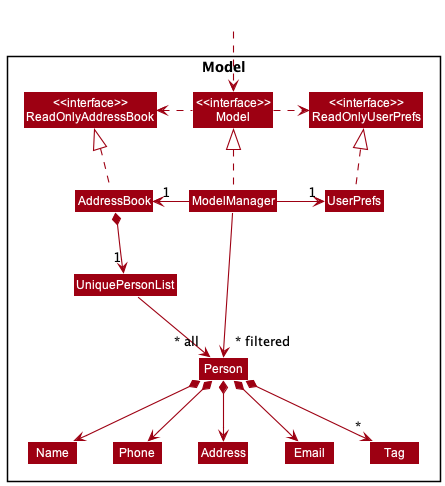
The PlantUML diagram docs/images/ModelClassDiagram.png in nus-cs2103-AY2223S1/tp, before a commit.
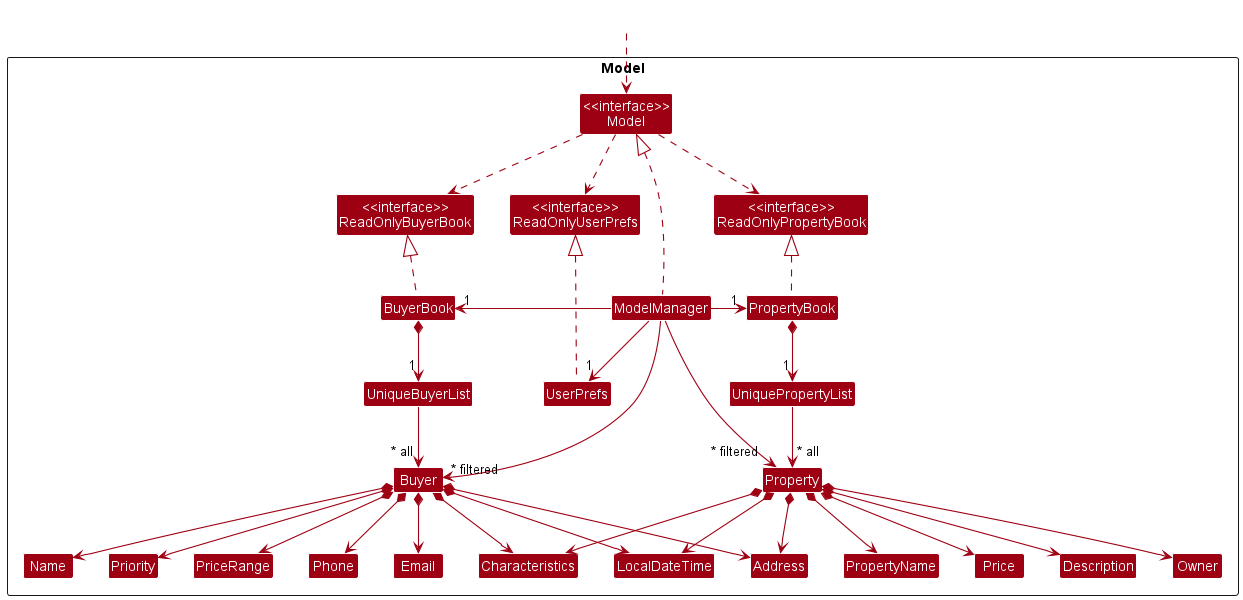
After the change.

Commit message:
Update model component

Change to the diagram source:
```diff
@@ -5,46 +5,75 @@
 skinparam classBackgroundColor MODEL_COLOR
 
 Package Model <<Rectangle>>{
-Class "<<interface>>\nReadOnlyAddressBook" as ReadOnlyAddressBook
+Class "<<interface>>\nReadOnlyBuyerBook" as ReadOnlyBuyerBook
 Class "<<interface>>\nReadOnlyUserPrefs" as ReadOnlyUserPrefs
+Class "<<interface>>\nReadOnlyPropertyBook" as ReadOnlyPropertyBook
 Class "<<interface>>\nModel" as Model
-Class AddressBook
+Class BuyerBook
+Class PropertyBook
 Class ModelManager
 Class UserPrefs
 
-Class UniquePersonList
-Class Person
+Class UniqueBuyerList
+Class UniquePropertyList
+
+Class Buyer
 Class Address
 Class Email
 Class Name
 Class Phone
-Class Tag
+Class PriceRange
+Class Characteristics
+Class Priority
 
+Class LocalDateTime
+Class Property
+Class PropertyName
+Class Price
+Class Description
+Class Owner
 }
 
 Class HiddenOutside #FFFFFF
 HiddenOutside ..> Model
 
-AddressBook .up.|> ReadOnlyAddressBook
+BuyerBook .up.|> ReadOnlyBuyerBook
+PropertyBook .up.|> ReadOnlyPropertyBook
 
 ModelManager .up.|> Model
-Model .right.> ReadOnlyUserPrefs
-Model .left.> ReadOnlyAddressBook
-ModelManager -left-> "1" AddressBook
-ModelManager -right-> "1" UserPrefs
+Model .down.> ReadOnlyUserPrefs
+Model .down.> ReadOnlyBuyerBook
+Model .down.> ReadOnlyPropertyBook
+ModelManager -left-> "1" BuyerBook
+ModelManager -down-> "1" UserPrefs
+ModelManager -right-> "1" PropertyBook
 UserPrefs .up.|> ReadOnlyUserPrefs
 
-AddressBook *--> "1" UniquePersonList
-UniquePersonList --> "~* all" Person
-Person *--> Name
-Person *--> Phone
-Person *--> Email
-Person *--> Address
-Person *--> "*" Tag
+BuyerBook *--> "1" UniqueBuyerList
+PropertyBook *--> "1" UniquePropertyList
+UniqueBuyerList --> "~* all" Buyer
+Buyer *--> Name
+Buyer *--> Phone
+Buyer *--> Priority
+Buyer *--> Email
+Buyer *--> PriceRange
+Buyer *--> Address
+Buyer *--> Characteristics
+Buyer *--> LocalDateTime
+UniquePropertyList --> "~* all" Property
+Property *--> Address
+Property *--> Characteristics
+Property *--> LocalDateTime
+Property *--> PropertyName
+Property *--> Description
+Property *--> Price
+Property *--> Owner
 
-Name -[hidden]right-> Phone
+ModelManager -[hidden]up-> ReadOnlyPropertyBook
+Name -[hidden]left-> Phone
 Phone -[hidden]right-> Address
-Address -[hidden]right-> Email
+Address -[hidden]left-> PriceRange
 
-ModelManager -->"~* filtered" Person
+ModelManager -->"~* filtered" Buyer
+ModelManager -->"~* filtered" Property
 @enduml
```
